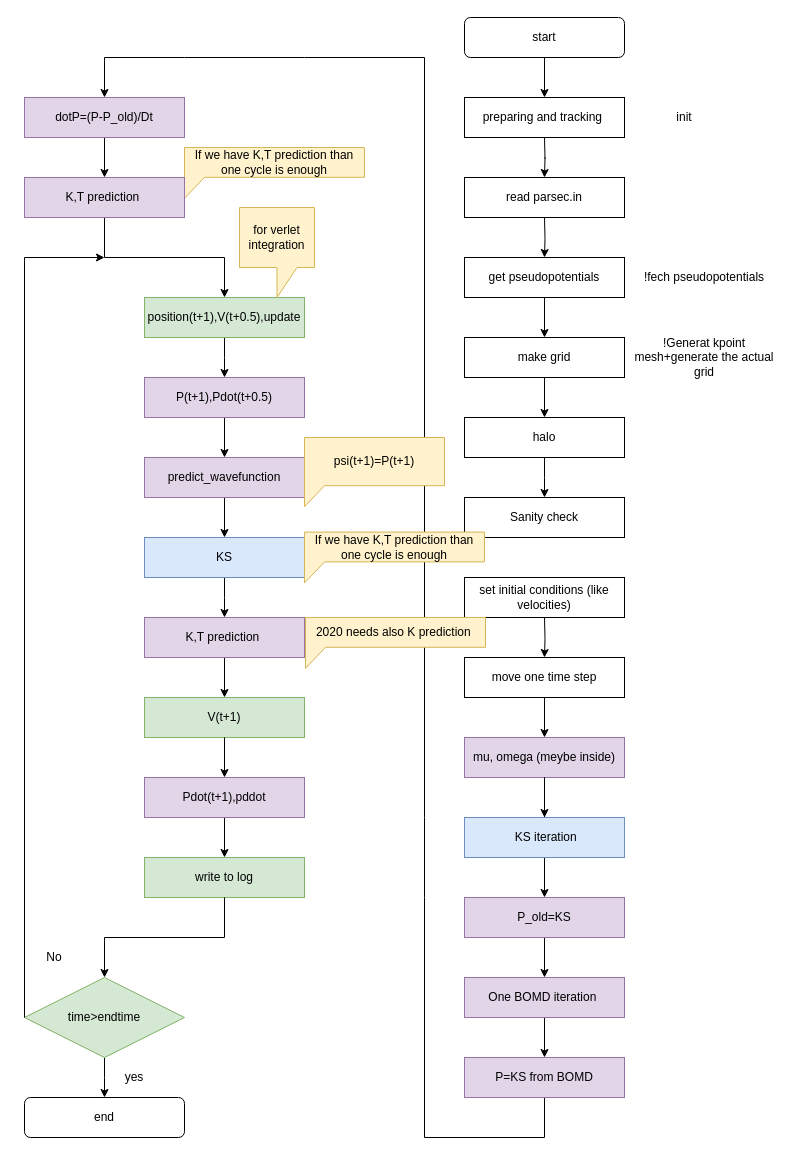
MorYagueldeLame/flowchart_BOMD keeps this draw.io diagram as XL_BOMD-KS.drawio. Above is the earlier version. Source tidied: cells renumbered, new cells numbered last; positions are measured from the earlier drawing's top-left corner, leaving out a move shared by most shapes. Both pictures are drawn from the tidied source at 100%, with x=0, y=0 at pixel (24, 17).
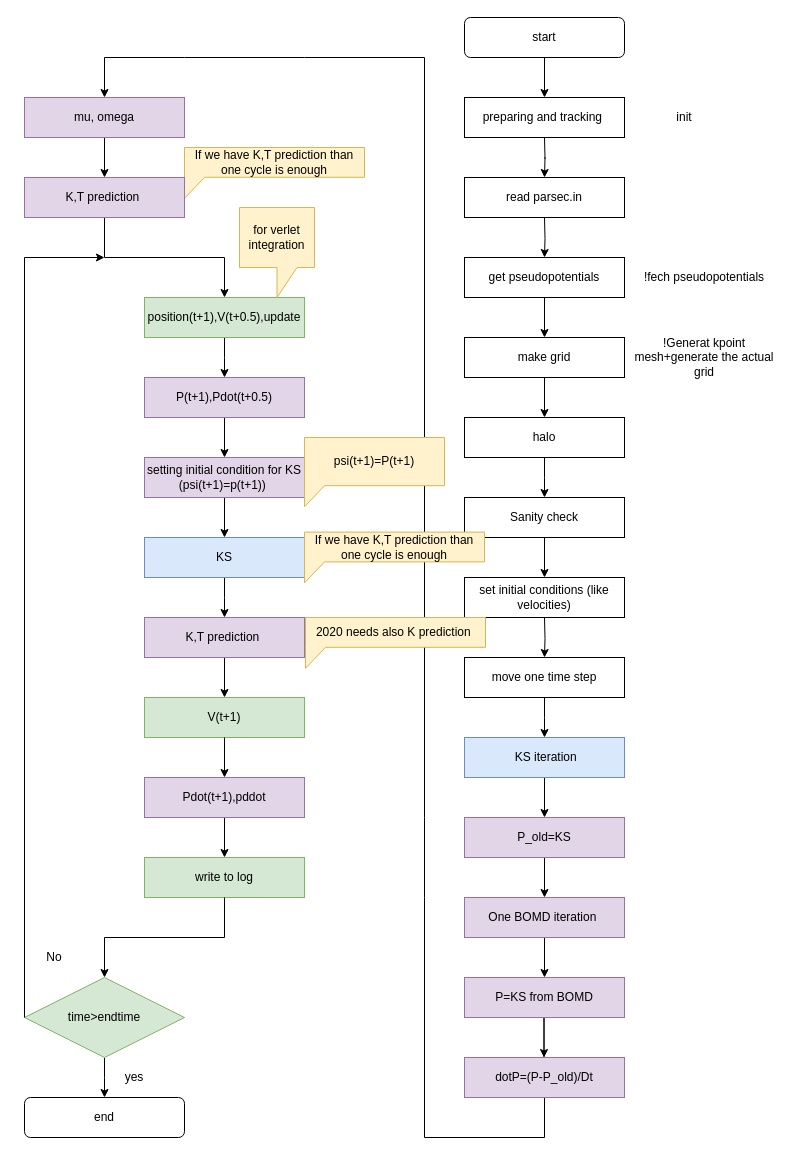
The same page after the edit.

Unchanged cells that the change refers to:
```xml
<mxCell id="17" value="Sanity check" style="whiteSpace=wrap;html=1;" parent="1" vertex="1">
  <mxGeometry x="440" y="480" width="160" height="40" as="geometry" />
</mxCell>
<mxCell id="39" value="move one time step" style="whiteSpace=wrap;html=1;" parent="1" vertex="1">
  <mxGeometry x="440" y="640" width="160" height="40" as="geometry" />
</mxCell>
<mxCell id="40" value="set initial conditions (like velocities)" style="rounded=0;whiteSpace=wrap;html=1;" parent="1" vertex="1">
  <mxGeometry x="440" y="560" width="160" height="40" as="geometry" />
</mxCell>
<mxCell id="62" value="K,T prediction&amp;nbsp;" style="rounded=0;whiteSpace=wrap;html=1;fillColor=#e1d5e7;strokeColor=#9673a6;" parent="1" vertex="1">
  <mxGeometry y="160" width="160" height="40" as="geometry" />
</mxCell>
```

The edit, as a diff of the source:
```diff
@@
+    <mxCell id="63" style="edgeStyle=orthogonalEdgeStyle;rounded=0;jettySize=auto;html=1;" parent="1" edge="1" source="17" target="40">
+      <mxGeometry relative="1" as="geometry" />
+    </mxCell>
@@
-    <mxCell id="18" style="endArrow=classic;html=1;rounded=0;exitX=0.5;exitY=1;exitDx=0;exitDy=0;" parent="1" edge="1" source="49">
+    <mxCell id="18" style="endArrow=classic;html=1;rounded=0;" parent="1" edge="1">
       <mxGeometry relative="1" as="geometry">
+        <mxPoint x="520" y="1080" as="sourcePoint" />
         <mxPoint x="80" y="80" as="targetPoint" />
         <Array as="points">
           <mxPoint x="520" y="1120" />
           <mxPoint x="400" y="1120" />
           <mxPoint x="400" y="880" />
           <mxPoint x="400" y="800" />
           <mxPoint x="400" y="40" />
           <mxPoint x="280" y="40" />
           <mxPoint x="160" y="40" />
           <mxPoint x="80" y="40" />
         </Array>
       </mxGeometry>
     </mxCell>
@@
-    <mxCell id="25" value="predict_wavefunction" style="whiteSpace=wrap;html=1;fillColor=#e1d5e7;strokeColor=#9673a6;" parent="1" vertex="1">
+    <mxCell id="25" value="setting initial condition for KS (psi(t+1)=p(t+1))&amp;nbsp;" style="whiteSpace=wrap;html=1;fillColor=#e1d5e7;strokeColor=#9673a6;" parent="1" vertex="1">
       <mxGeometry x="120" y="440" width="160" height="40" as="geometry" />
     </mxCell>
@@
-    <mxCell id="38" style="edgeStyle=orthogonalEdgeStyle;rounded=0;jettySize=auto;html=1;" parent="1" edge="1" source="39" target="41">
-      <mxGeometry relative="1" as="geometry" />
+    <mxCell id="38" style="edgeStyle=orthogonalEdgeStyle;rounded=0;jettySize=auto;html=1;" parent="1" edge="1" source="39">
+      <mxGeometry relative="1" as="geometry">
+        <mxPoint x="520" y="720" as="targetPoint" />
+      </mxGeometry>
     </mxCell>
@@
-    <mxCell id="41" value="mu, omega (meybe inside)" style="whiteSpace=wrap;html=1;fillColor=#e1d5e7;strokeColor=#9673a6;" parent="1" vertex="1">
-      <mxGeometry x="440" y="720" width="160" height="40" as="geometry" />
-    </mxCell>
     <mxCell id="42" style="edgeStyle=orthogonalEdgeStyle;rounded=0;orthogonalLoop=1;jettySize=auto;html=1;" parent="1" edge="1">
       <mxGeometry relative="1" as="geometry">
-        <mxPoint x="520" y="800" as="sourcePoint" />
-        <mxPoint x="520" y="800" as="targetPoint" />
+        <mxPoint x="519.5" y="1040" as="sourcePoint" />
+        <mxPoint x="519.5" y="1040" as="targetPoint" />
         <Array as="points">
-          <mxPoint x="520" y="760" />
-          <mxPoint x="520" y="760" />
+          <mxPoint x="519.5" y="1000" />
+          <mxPoint x="519.5" y="1000" />
         </Array>
       </mxGeometry>
     </mxCell>
@@
     <mxCell id="44" value="&amp;nbsp;KS iteration" style="whiteSpace=wrap;html=1;fillColor=#dae8fc;strokeColor=#6c8ebf;" parent="1" vertex="1">
-      <mxGeometry x="440" y="800" width="160" height="40" as="geometry" />
+      <mxGeometry x="440" y="720" width="160" height="40" as="geometry" />
     </mxCell>
@@
     <mxCell id="46" value="P_old=KS" style="whiteSpace=wrap;html=1;fillColor=#e1d5e7;strokeColor=#9673a6;" parent="1" vertex="1">
-      <mxGeometry x="440" y="880" width="160" height="40" as="geometry" />
+      <mxGeometry x="440" y="800" width="160" height="40" as="geometry" />
     </mxCell>
@@
     <mxCell id="48" value="One BOMD iteration&amp;nbsp;" style="whiteSpace=wrap;html=1;fillColor=#e1d5e7;strokeColor=#9673a6;" parent="1" vertex="1">
-      <mxGeometry x="440" y="960" width="160" height="40" as="geometry" />
+      <mxGeometry x="440" y="880" width="160" height="40" as="geometry" />
     </mxCell>
     <mxCell id="49" value="P=KS from BOMD" style="whiteSpace=wrap;html=1;fillColor=#e1d5e7;strokeColor=#9673a6;" parent="1" vertex="1">
-      <mxGeometry x="440" y="1040" width="160" height="40" as="geometry" />
+      <mxGeometry x="440" y="960" width="160" height="40" as="geometry" />
     </mxCell>
-    <mxCell id="50" style="edgeStyle=orthogonalEdgeStyle;rounded=0;jettySize=auto;html=1;" parent="1" edge="1" source="51" target="62">
-      <mxGeometry relative="1" as="geometry" />
-    </mxCell>
     <mxCell id="51" value="dotP=(P-P_old)/Dt" style="whiteSpace=wrap;html=1;fillColor=#e1d5e7;strokeColor=#9673a6;" parent="1" vertex="1">
-      <mxGeometry y="80" width="160" height="40" as="geometry" />
+      <mxGeometry x="440" y="1040" width="160" height="40" as="geometry" />
     </mxCell>
@@
+    <mxCell id="64" style="edgeStyle=orthogonalEdgeStyle;rounded=0;jettySize=auto;html=1;" parent="1" edge="1" source="65" target="62">
+      <mxGeometry relative="1" as="geometry" />
+    </mxCell>
+    <mxCell id="65" value="mu, omega" style="whiteSpace=wrap;html=1;fillColor=#e1d5e7;strokeColor=#9673a6;" parent="1" vertex="1">
+      <mxGeometry y="80" width="160" height="40" as="geometry" />
+    </mxCell>
```
